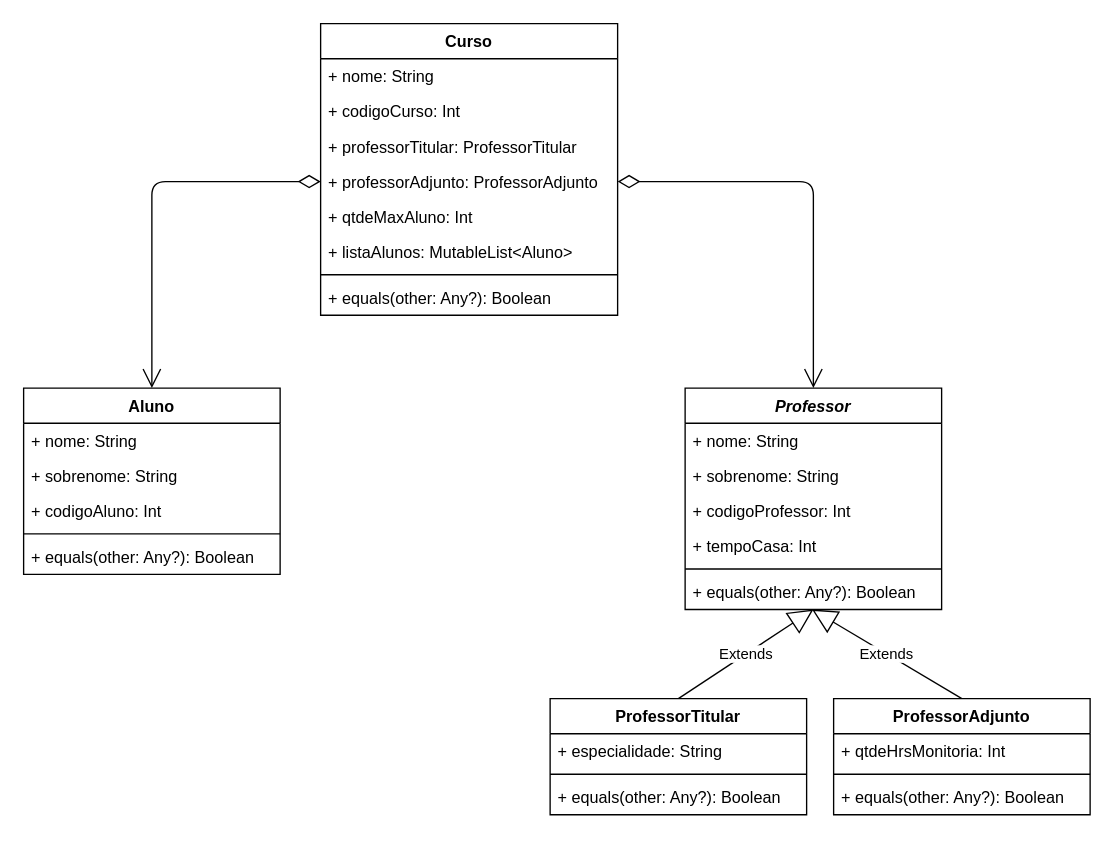
JonatasEliel/DesafioKotlin keeps this draw.io diagram as uml/DesafioKotlin.drawio. Above is the earlier version. Source tidied: cells renumbered, new cells numbered last; positions are measured from the earlier drawing's top-left corner, leaving out a move shared by most shapes. Both pictures are drawn from the tidied source at 135%, with x=0, y=0 at pixel (23, 23).
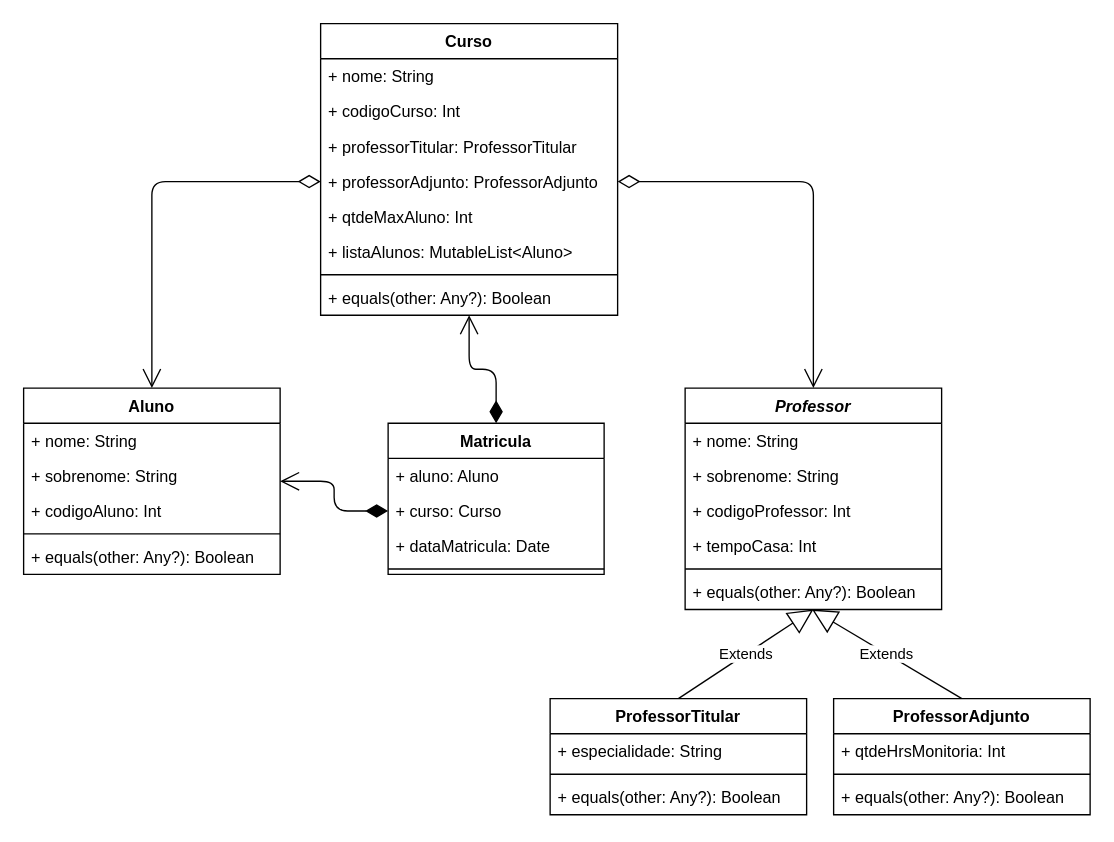
After the change.

Commit message:
insercao da classe Matricula

The change refers to these unchanged cells:
```xml
<mxCell id="4" value="Curso" style="swimlane;fontStyle=1;align=center;verticalAlign=top;horizontal=1;startSize=26;" parent="1" vertex="1">
  <mxGeometry x="220" width="220" height="216" as="geometry" />
</mxCell>
<mxCell id="13" value="Aluno" style="swimlane;fontStyle=1;align=center;verticalAlign=top;horizontal=1;startSize=26;" parent="1" vertex="1">
  <mxGeometry y="270" width="190" height="138" as="geometry" />
</mxCell>
```

Change to the diagram source:
```diff
@@
+    <mxCell id="36" value="Matricula" style="swimlane;fontStyle=1;align=center;verticalAlign=top;horizontal=1;startSize=26;" parent="1" vertex="1">
+      <mxGeometry x="270" y="296" width="160" height="112" as="geometry" />
+    </mxCell>
+    <mxCell id="37" value="+ aluno: Aluno" style="text;strokeColor=none;fillColor=none;align=left;verticalAlign=top;spacingLeft=4;spacingRight=4;overflow=hidden;" parent="36" vertex="1">
+      <mxGeometry y="26" width="160" height="26" as="geometry" />
+    </mxCell>
+    <mxCell id="38" value="+ curso: Curso" style="text;strokeColor=none;fillColor=none;align=left;verticalAlign=top;spacingLeft=4;spacingRight=4;overflow=hidden;points=[[0,0.5],[1,0.5]];portConstraint=eastwest;" parent="36" vertex="1">
+      <mxGeometry y="52" width="160" height="26" as="geometry" />
+    </mxCell>
+    <mxCell id="39" value="+ dataMatricula: Date" style="text;strokeColor=none;fillColor=none;align=left;verticalAlign=top;spacingLeft=4;spacingRight=4;overflow=hidden;" parent="36" vertex="1">
+      <mxGeometry y="78" width="160" height="26" as="geometry" />
+    </mxCell>
+    <mxCell id="40" style="line;strokeWidth=1;fillColor=none;align=left;verticalAlign=middle;spacingTop=-1;spacingLeft=3;spacingRight=3;labelPosition=right;" parent="36" vertex="1">
+      <mxGeometry y="104" width="160" height="8" as="geometry" />
+    </mxCell>
+    <mxCell id="41" style="endArrow=open;html=1;endSize=12;startArrow=diamondThin;startSize=14;startFill=1;edgeStyle=orthogonalEdgeStyle;align=left;verticalAlign=bottom;exitX=0;exitY=0.5;exitDx=0;exitDy=0;entryX=1;entryY=0.5;entryDx=0;entryDy=0;" parent="1" edge="1" source="38" target="13">
+      <mxGeometry x="-0.92" y="63" relative="1" as="geometry">
+        <mxPoint x="23" y="49" as="offset" />
+      </mxGeometry>
+    </mxCell>
+    <mxCell id="42" style="endArrow=open;html=1;endSize=12;startArrow=diamondThin;startSize=14;startFill=1;edgeStyle=orthogonalEdgeStyle;align=left;verticalAlign=bottom;exitX=0.5;exitY=0;exitDx=0;exitDy=0;entryX=0.5;entryY=1;entryDx=0;entryDy=0;" parent="1" edge="1" source="36" target="4">
+      <mxGeometry x="-0.28" y="-40" relative="1" as="geometry" />
+    </mxCell>
```
